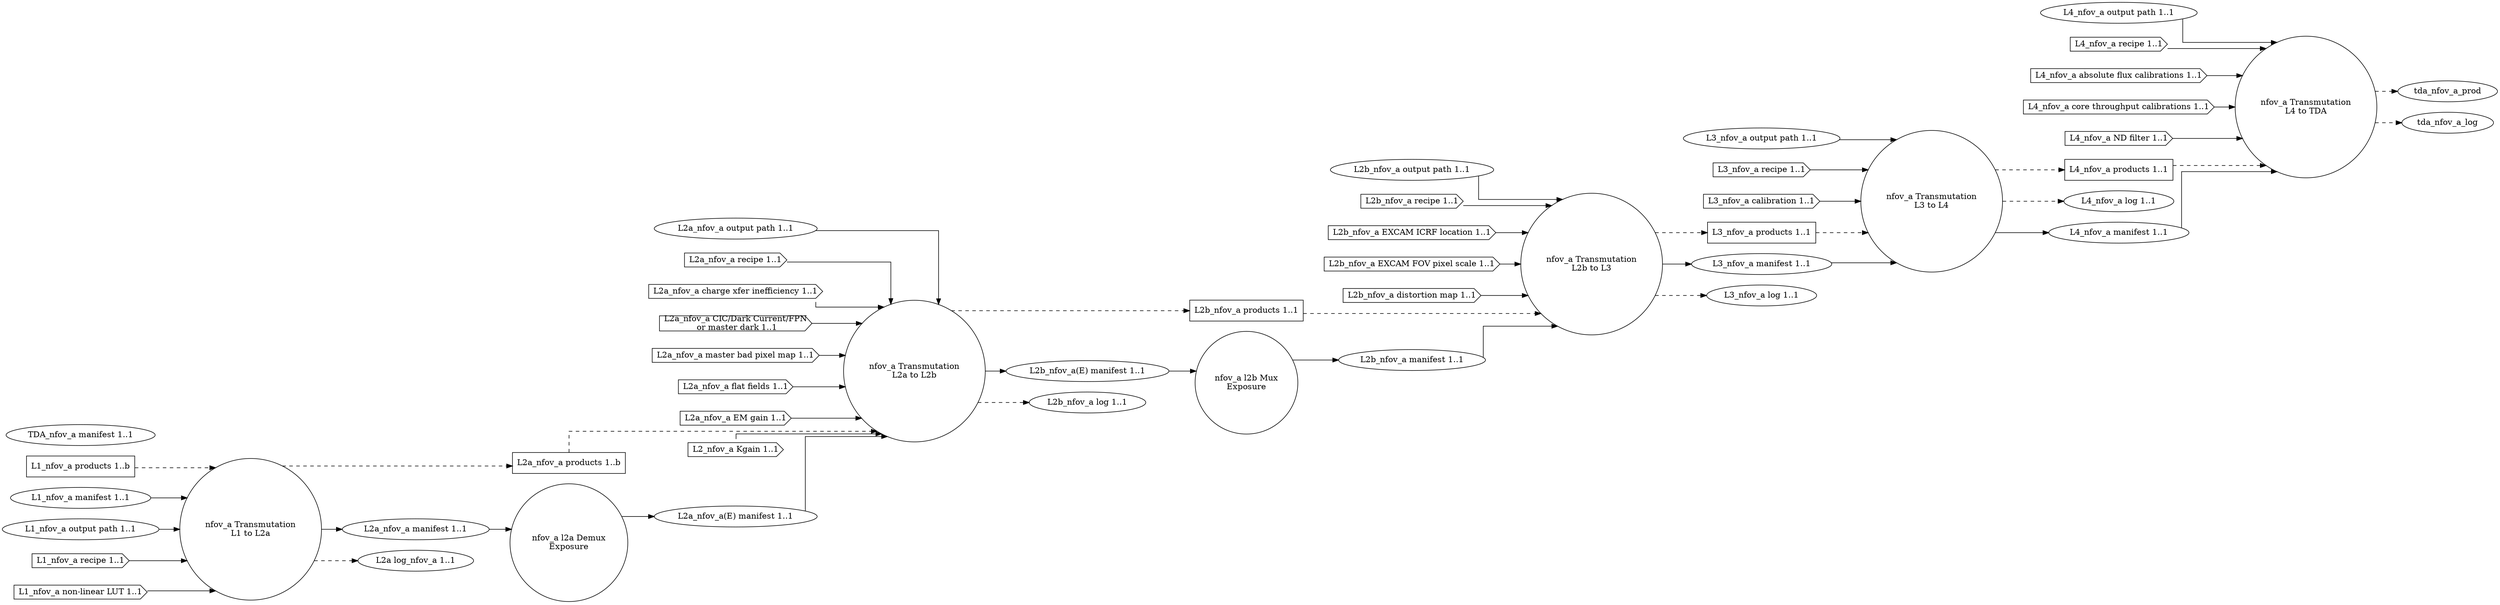
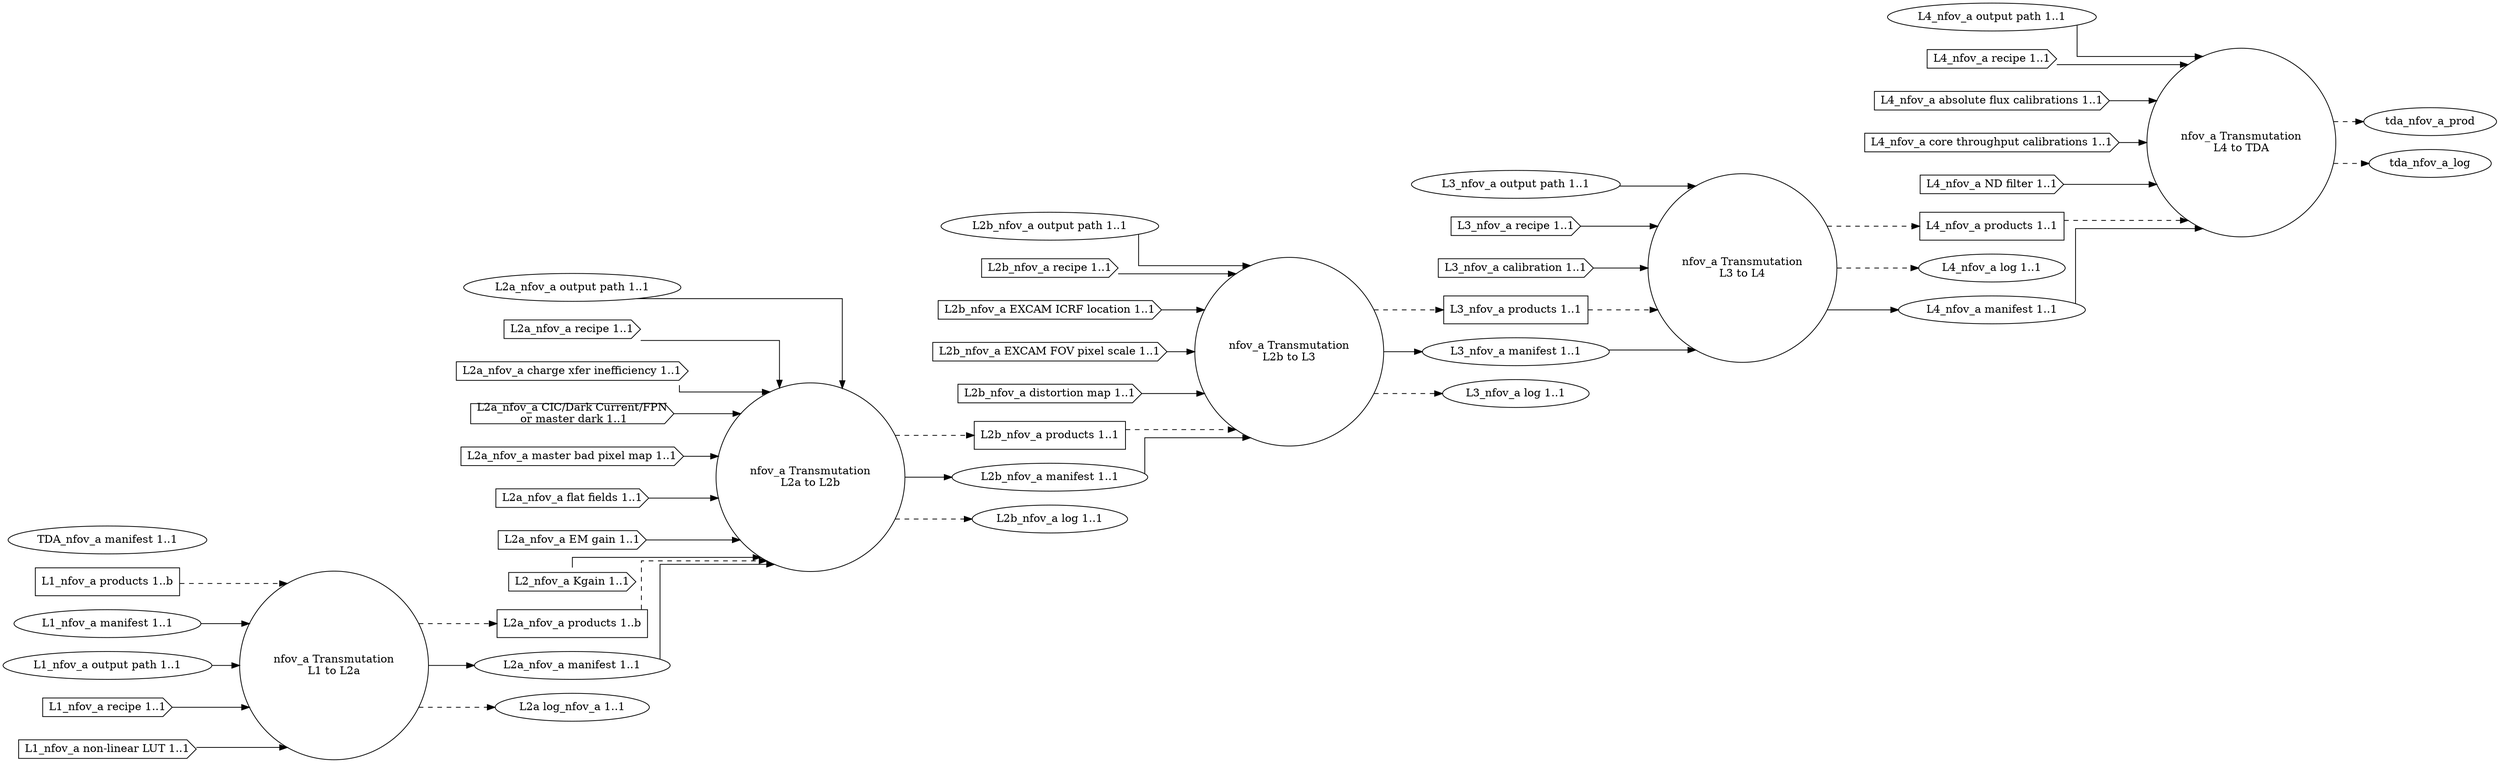
digraph NarrowFieldOfViewAnalog {
graph [splines="ortho", rankdir=LR];
trans_nfov_a_l1_l2a [label="nfov_a Transmutation\nL1 to L2a", shape="circle", runname="l1.transmutation_nfov_a", runtype="dawgie.Algorithm", fsmtype="dip.base.Runner"];
- l2a_nfov_a_demux [label="nfov_a l2a Demux\nExposure", shape="circle", runname="l2a.demux_nfov_a", runtype="dawgie.Algorithm", fsmtype="dip.clerk.impls.demux.FSM"];
trans_nfov_a_l2a_l2b [label="nfov_a Transmutation\nL2a to L2b", shape="circle", runname="l2a.transmutation_nfov_a", runtype="dawgie.Algorithm", fsmtype="dip.base.Runner"];
- l2b_nfov_a_mux [label="nfov_a l2b Mux\nExposure", shape="circle", runname="l2b.mux_nfov_a", runtype="dawgie.Analyzer", fsmtype="dip.clerk.impls.mux.FSM"];
trans_nfov_a_l2b_l3 [label="nfov_a Transmutation\nL2b to L3", shape="circle", runname="l2b.transmutation_nfov_a", runtype="dawgie.Algorithm", fsmtype="dip.base.Runner"];
trans_nfov_a_l3_l4 [label="nfov_a Transmutation\nL3 to L4", shape="circle", runname="l3.transmutation_nfov_a", runtype="dawgie.Algorithm", fsmtype="dip.base.Runner"];
trans_nfov_a_l4_tda [label="nfov_a Transmutation\nL4 to TDA", shape="circle", runname="l4.transmutation_nfov_a", runtype="dawgie.Algorithm", fsmtype="dip.base.Runner"];
l1_nfov_a_prod [label="L1_nfov_a products 1..b", shape="rectangle"];
l1_nfov_a_man [label="L1_nfov_a manifest 1..1", shape="ellipse"];
l1_nfov_a_odir [label="L1_nfov_a output path 1..1", shape="ellipse"];
l1_nfov_a_rec [label="L1_nfov_a recipe 1..1", shape="cds"];
l1_nfov_a_nllut [label="L1_nfov_a non-linear LUT 1..1", shape="cds"];
l2a_nfov_a_prod [label="L2a_nfov_a products 1..b", shape="rectangle"];
l2a_nfov_a_man [label="L2a_nfov_a manifest 1..1", shape="ellipse", valname="l1.transmutation_nfov_a.product.manifest", valtype="dip.base.Manifest"];
l2a_nfov_a_odir [label="L2a_nfov_a output path 1..1", shape="ellipse"];
l2a_nfov_a_rec [label="L2a_nfov_a recipe 1..1", shape="cds"];
l2a_nfov_a_cti [label="L2a_nfov_a charge xfer inefficiency 1..1", shape="cds"];
l2a_nfov_a_dnb [label="L2a_nfov_a CIC/Dark Current/FPN\n or master dark 1..1", shape="cds"];
l2a_nfov_a_mbpm [label="L2a_nfov_a master bad pixel map 1..1", shape="cds"];
l2a_nfov_a_ff [label="L2a_nfov_a flat fields 1..1", shape="cds"];
l2a_nfov_a_emg [label="L2a_nfov_a EM gain 1..1", shape="cds"];
l2a_nfov_a_kgain [label="L2_nfov_a Kgain 1..1", shape="cds"];
l2a_nfov_a_log [label="L2a log_nfov_a 1..1", shape="ellipse"];
- l2a_nfov_a_man_demux [label="L2a_nfov_a(E) manifest 1..1", shape="ellipse", valname="l2a.demux_nfov_a.product.manifest", valtype="dip.base.Manifest"];
l2b_nfov_a_prod [label="L2b_nfov_a products 1..1", shape="rectangle"];
- l2b_nfov_a_man [label="L2b_nfov_a manifest 1..1", shape="ellipse", valname="l2b.mux_nfov_a.product.manifest", valtype="dip.base.Manifest"];
+ l2b_nfov_a_man [label="L2b_nfov_a manifest 1..1", shape="ellipse", valname="l2b.transmutation_nfov_a.product.manifest", valtype="dip.base.Manifest"];
l2b_nfov_a_odir [label="L2b_nfov_a output path 1..1", shape="ellipse"];
l2b_nfov_a_rec [label="L2b_nfov_a recipe 1..1", shape="cds"];
l2b_nfov_a_excicrf [label="L2b_nfov_a EXCAM ICRF location 1..1", shape="cds"];
l2b_nfov_a_excfovps [label="L2b_nfov_a EXCAM FOV pixel scale 1..1", shape="cds"];
l2b_nfov_a_distm [label="L2b_nfov_a distortion map 1..1", shape="cds"];
- l2b_nfov_a_man_demux [label="L2b_nfov_a(E) manifest 1..1", shape="ellipse", valname="l2a.transmutation_nfov_a.product.manifest", valtype="dip.base.Manifest"];
l2b_nfov_a_log [label="L2b_nfov_a log 1..1", shape="ellipse"];
l3_nfov_a_prod [label="L3_nfov_a products 1..1", shape="rectangle"];
l3_nfov_a_odir [label="L3_nfov_a output path 1..1", shape="ellipse"];
l3_nfov_a_man [label="L3_nfov_a manifest 1..1", shape="ellipse", valname="l2b.transmutation_nfov_a.product.manifest", valtype="dip.base.Manifest"];
l3_nfov_a_rec [label="L3_nfov_a recipe 1..1", shape="cds"];
l3_nfov_a_cal [label="L3_nfov_a calibration 1..1", shape="cds"];
l3_nfov_a_log [label="L3_nfov_a log 1..1", shape="ellipse"];
l4_nfov_a_prod [label="L4_nfov_a products 1..1", shape="rectangle"];
l4_nfov_a_odir [label="L4_nfov_a output path 1..1", shape="ellipse"];
l4_nfov_a_log [label="L4_nfov_a log 1..1", shape="ellipse"];
l4_nfov_a_man [label="L4_nfov_a manifest 1..1", shape="ellipse", valname="l3.transmutation_nfov_a.product.manifest", valtype="dip.base.Manifest"];
l4_nfov_a_rec [label="L4_nfov_a recipe 1..1", shape="cds"];
l4_nfov_a_afcal [label="L4_nfov_a absolute flux calibrations 1..1", shape="cds"];
l4_nfov_a_ctcal [label="L4_nfov_a core throughput calibrations 1..1", shape="cds"];
l4_nfov_a_ndfilt [label="L4_nfov_a ND filter 1..1", shape="cds"];
tda_nfov_a_man [label="TDA_nfov_a manifest 1..1", shape="ellipse", valname="l4.transmutation_nfov_a.product.manifest", valtype="dip.base.Manifest"];
l1_nfov_a_prod -> trans_nfov_a_l1_l2a [style="dashed"];
l1_nfov_a_man -> trans_nfov_a_l1_l2a;
l1_nfov_a_odir -> trans_nfov_a_l1_l2a;
l1_nfov_a_rec -> trans_nfov_a_l1_l2a;
l1_nfov_a_nllut -> trans_nfov_a_l1_l2a;
trans_nfov_a_l1_l2a -> l2a_nfov_a_prod [style="dashed"];
trans_nfov_a_l1_l2a -> l2a_nfov_a_man;
trans_nfov_a_l1_l2a -> l2a_nfov_a_log [style="dashed"];
l2a_nfov_a_prod -> trans_nfov_a_l2a_l2b [style="dashed"];
l2a_nfov_a_kgain -> trans_nfov_a_l2a_l2b;
l2a_nfov_a_odir -> trans_nfov_a_l2a_l2b;
l2a_nfov_a_rec -> trans_nfov_a_l2a_l2b;
l2a_nfov_a_cti -> trans_nfov_a_l2a_l2b;
l2a_nfov_a_dnb -> trans_nfov_a_l2a_l2b;
l2a_nfov_a_mbpm -> trans_nfov_a_l2a_l2b;
l2a_nfov_a_ff -> trans_nfov_a_l2a_l2b;
l2a_nfov_a_emg -> trans_nfov_a_l2a_l2b;
trans_nfov_a_l2a_l2b -> l2b_nfov_a_prod [style="dashed"];
- trans_nfov_a_l2a_l2b -> l2b_nfov_a_man_demux;
+ trans_nfov_a_l2a_l2b -> l2b_nfov_a_man;
trans_nfov_a_l2a_l2b -> l2b_nfov_a_log [style="dashed"];
- l2a_nfov_a_man -> l2a_nfov_a_demux;
- l2a_nfov_a_demux -> l2a_nfov_a_man_demux;
- l2a_nfov_a_man_demux -> trans_nfov_a_l2a_l2b;
- l2b_nfov_a_man_demux -> l2b_nfov_a_mux;
- l2b_nfov_a_mux -> l2b_nfov_a_man;
+ l2a_nfov_a_man -> trans_nfov_a_l2a_l2b;
l2b_nfov_a_prod -> trans_nfov_a_l2b_l3 [style="dashed"];
l2b_nfov_a_man -> trans_nfov_a_l2b_l3;
l2b_nfov_a_odir -> trans_nfov_a_l2b_l3;
l2b_nfov_a_rec -> trans_nfov_a_l2b_l3;
l2b_nfov_a_excicrf -> trans_nfov_a_l2b_l3;
l2b_nfov_a_excfovps -> trans_nfov_a_l2b_l3;
l2b_nfov_a_distm -> trans_nfov_a_l2b_l3;
trans_nfov_a_l2b_l3 -> l3_nfov_a_prod [style="dashed"];
trans_nfov_a_l2b_l3 -> l3_nfov_a_man;
trans_nfov_a_l2b_l3 -> l3_nfov_a_log [style="dashed"];
l3_nfov_a_prod -> trans_nfov_a_l3_l4 [style="dashed"];
l3_nfov_a_man -> trans_nfov_a_l3_l4;
l3_nfov_a_odir -> trans_nfov_a_l3_l4;
l3_nfov_a_rec -> trans_nfov_a_l3_l4;
l3_nfov_a_cal -> trans_nfov_a_l3_l4;
trans_nfov_a_l3_l4 -> l4_nfov_a_prod [style="dashed"];
trans_nfov_a_l3_l4 -> l4_nfov_a_log [style="dashed"];
trans_nfov_a_l3_l4 -> l4_nfov_a_man;
l4_nfov_a_prod -> trans_nfov_a_l4_tda [style="dashed"];
l4_nfov_a_man -> trans_nfov_a_l4_tda;
l4_nfov_a_odir -> trans_nfov_a_l4_tda;
l4_nfov_a_rec -> trans_nfov_a_l4_tda;
l4_nfov_a_afcal -> trans_nfov_a_l4_tda;
l4_nfov_a_ctcal -> trans_nfov_a_l4_tda;
l4_nfov_a_ndfilt -> trans_nfov_a_l4_tda;
trans_nfov_a_l4_tda -> tda_nfov_a_prod [style="dashed"];
trans_nfov_a_l4_tda -> tda_nfov_a_log [style="dashed"];
}
